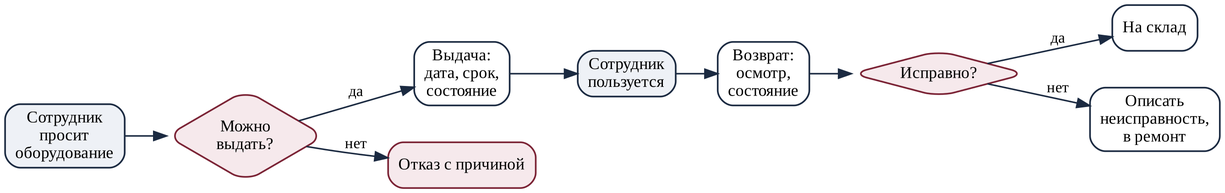
Earlier version of the Graphviz export docs/report/diagrams/process.png (Black287234/KP-Nek). Its source is kept beside it as docs/report/diagrams/process.dot.
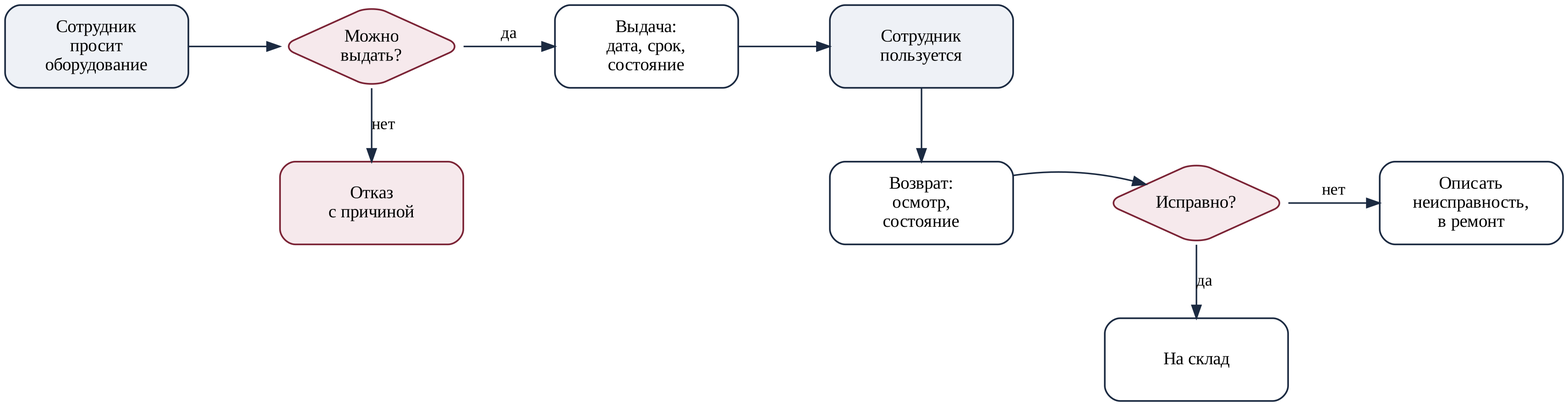
The same diagram one commit later.

Commit message:
Оформление документов: перенос строк в листингах, ширины столбцов таблиц, нумерованный список источников, упрощённые схемы

What changed in the source:
```diff
@@ -1,7 +1,7 @@
 digraph G {
-  graph [rankdir=LR, fontname="Liberation Serif", bgcolor=white, nodesep=0.4, ranksep=0.45];
-  node [fontname="Liberation Serif", fontsize=13, shape=box, style="rounded,filled", fillcolor=white, color="#1b2a41", penwidth=1.3];
-  edge [fontname="Liberation Serif", fontsize=12, color="#1b2a41", penwidth=1.2];
+  graph [rankdir=TB, fontname="Liberation Serif", bgcolor=white, nodesep=0.5, ranksep=0.6];
+  node [fontname="Liberation Serif", fontsize=14, shape=box, style="rounded,filled", fillcolor=white, color="#1b2a41", penwidth=1.3, width=2.0, height=0.9];
+  edge [fontname="Liberation Serif", fontsize=13, color="#1b2a41", penwidth=1.2];
   a [label="Сотрудник\nпросит\nоборудование", fillcolor="#eef1f6"];
   b [label="Можно\nвыдать?", shape=diamond, fillcolor="#f6e9ec", color="#7b2335"];
   c [label="Выдача:\nдата, срок,\nсостояние"];
@@ -10,6 +10,14 @@
   f [label="Исправно?", shape=diamond, fillcolor="#f6e9ec", color="#7b2335"];
   g [label="На склад"];
   h [label="Описать\nнеисправность,\nв ремонт"];
-  x [label="Отказ с причиной", fillcolor="#f6e9ec", color="#7b2335"];
-  a -> b; b -> c [label="да"]; b -> x [label="нет"]; c -> d -> e -> f; f -> g [label="да"]; f -> h [label="нет"];
+  x [label="Отказ\nс причиной", fillcolor="#f6e9ec", color="#7b2335"];
+  {rank=same; a; b; c; d}
+  {rank=same; x; h; f; e}
+  a -> b; b -> c [label="да"]; c -> d;
+  b -> x [label="нет"];
+  d -> e;
+  e -> f [dir=back, arrowtail=none, arrowhead=none, style=invis];
+  e -> f [constraint=false];
+  f -> h [label="нет", constraint=false];
+  f -> g [label="да"];
 }
```
